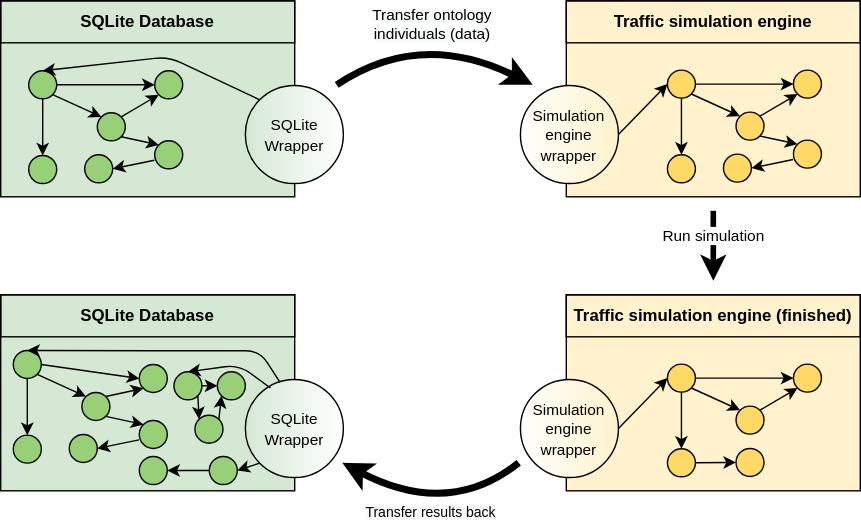
Earlier version of the draw.io export docs/_static/wrappers.svg (simphony/docs). Source tidied: cells renumbered, new cells last; positions are measured from the earlier drawing's top-left corner, leaving out a move shared by most shapes.
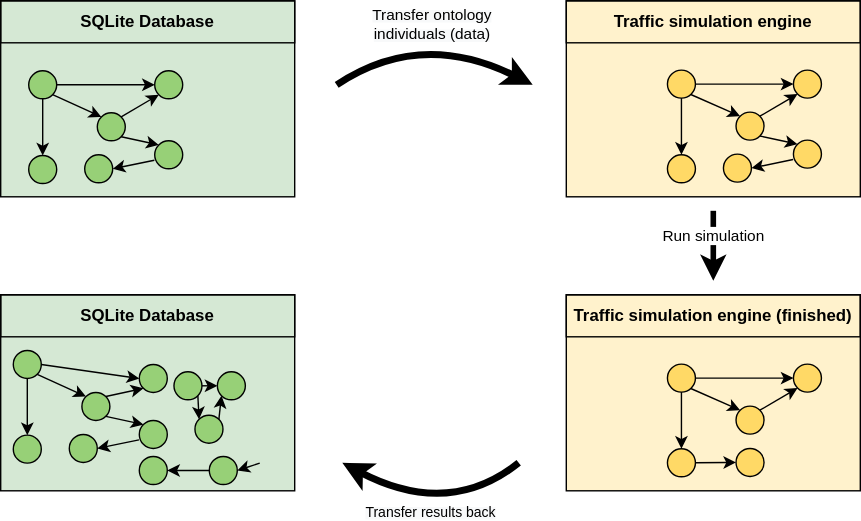
The same file after the commit.

Change to the diagram source:
```diff
@@ -11,18 +11,12 @@
     <mxCell id="4" style="ellipse;whiteSpace=wrap;html=1;fillColor=#97D077;" parent="1" vertex="1">
       <mxGeometry x="20" y="50" width="20" height="20" as="geometry" />
     </mxCell>
-    <mxCell id="5" value="&lt;font style=&quot;font-size: 11px&quot;&gt;Simulation engine wrapper&lt;/font&gt;" style="ellipse;whiteSpace=wrap;html=1;fillColor=#fff2cc;gradientColor=#ffffff;gradientDirection=west;" parent="1" vertex="1">
-      <mxGeometry x="371.2" y="60.5" width="70" height="70" as="geometry" />
-    </mxCell>
     <mxCell id="6" value="SQLite Database" style="text;html=1;align=center;verticalAlign=middle;whiteSpace=wrap;rounded=0;labelBackgroundColor=none;fontStyle=1;strokeColor=#000000;" parent="1" vertex="1">
       <mxGeometry width="210" height="30" as="geometry" />
     </mxCell>
     <mxCell id="7" value="Traffic simulation engine" style="text;html=1;align=center;verticalAlign=middle;whiteSpace=wrap;rounded=0;labelBackgroundColor=none;fontStyle=1;strokeColor=#000000;" parent="1" vertex="1">
       <mxGeometry x="404" width="210" height="30" as="geometry" />
     </mxCell>
-    <mxCell id="8" value="&lt;font style=&quot;font-size: 11px&quot;&gt;SQLite Wrapper&lt;/font&gt;" style="ellipse;whiteSpace=wrap;html=1;gradientDirection=west;gradientColor=#D5E8D4;fillColor=#FFFFFF;" parent="1" vertex="1">
-      <mxGeometry x="174.8" y="60.5" width="70" height="70" as="geometry" />
-    </mxCell>
     <mxCell id="9" style="ellipse;whiteSpace=wrap;html=1;fillColor=#97D077;" parent="1" vertex="1">
       <mxGeometry x="110" y="50" width="20" height="20" as="geometry" />
     </mxCell>
@@ -53,13 +47,6 @@
     <mxCell id="18" style="endArrow=classic;html=1;fontSize=6;exitX=0.5;exitY=1;exitDx=0;exitDy=0;entryX=0.5;entryY=0;entryDx=0;entryDy=0;" parent="1" edge="1" source="4" target="13">
       <mxGeometry relative="1" as="geometry" />
     </mxCell>
-    <mxCell id="19" style="endArrow=classic;html=1;fontSize=6;entryX=0.5;entryY=0;entryDx=0;entryDy=0;exitX=0;exitY=0;exitDx=0;exitDy=0;" parent="1" edge="1" source="8" target="4">
-      <mxGeometry relative="1" as="geometry">
-        <Array as="points">
-          <mxPoint x="120" y="40" />
-        </Array>
-      </mxGeometry>
-    </mxCell>
     <mxCell id="20" style="endArrow=classic;html=1;fontSize=6;entryX=1;entryY=0.5;entryDx=0;entryDy=0;exitX=-0.012;exitY=0.693;exitDx=0;exitDy=0;exitPerimeter=0;" parent="1" edge="1" source="11" target="10">
       <mxGeometry relative="1" as="geometry" />
     </mxCell>
@@ -122,9 +109,6 @@
     <mxCell id="37" value="SQLite Database" style="text;html=1;align=center;verticalAlign=middle;whiteSpace=wrap;rounded=0;labelBackgroundColor=none;fontStyle=1;strokeColor=#000000;" parent="1" vertex="1">
       <mxGeometry y="210" width="210" height="30" as="geometry" />
     </mxCell>
-    <mxCell id="38" value="&lt;font style=&quot;font-size: 11px&quot;&gt;SQLite Wrapper&lt;/font&gt;" style="ellipse;whiteSpace=wrap;html=1;gradientDirection=west;gradientColor=#D5E8D4;fillColor=#FFFFFF;" parent="1" vertex="1">
-      <mxGeometry x="174.8" y="270.5" width="70" height="70" as="geometry" />
-    </mxCell>
     <mxCell id="39" style="ellipse;whiteSpace=wrap;html=1;fillColor=#97D077;" parent="1" vertex="1">
       <mxGeometry x="99" y="259.8" width="20" height="20" as="geometry" />
     </mxCell>
@@ -155,14 +139,6 @@
     <mxCell id="48" style="endArrow=classic;html=1;fontSize=6;exitX=0.5;exitY=1;exitDx=0;exitDy=0;entryX=0.5;entryY=0;entryDx=0;entryDy=0;" parent="1" edge="1" source="36" target="43">
       <mxGeometry relative="1" as="geometry" />
     </mxCell>
-    <mxCell id="49" style="endArrow=classic;html=1;fontSize=6;entryX=0.5;entryY=0;entryDx=0;entryDy=0;exitX=0.354;exitY=0.03;exitDx=0;exitDy=0;exitPerimeter=0;" parent="1" edge="1" source="38" target="36">
-      <mxGeometry relative="1" as="geometry">
-        <Array as="points">
-          <mxPoint x="185" y="250" />
-          <mxPoint x="120" y="250" />
-        </Array>
-      </mxGeometry>
-    </mxCell>
     <mxCell id="50" style="endArrow=classic;html=1;fontSize=6;entryX=1;entryY=0.5;entryDx=0;entryDy=0;exitX=-0.012;exitY=0.693;exitDx=0;exitDy=0;exitPerimeter=0;" parent="1" edge="1" source="41" target="40">
       <mxGeometry relative="1" as="geometry" />
     </mxCell>
@@ -207,25 +183,14 @@
     <mxCell id="61" style="endArrow=classic;html=1;fontSize=6;entryX=1;entryY=0.5;entryDx=0;entryDy=0;exitX=0;exitY=0.5;exitDx=0;exitDy=0;" parent="1" edge="1" source="56" target="55">
       <mxGeometry relative="1" as="geometry" />
     </mxCell>
-    <mxCell id="62" style="endArrow=classic;html=1;exitX=1;exitY=0.5;exitDx=0;exitDy=0;entryX=0;entryY=0.5;entryDx=0;entryDy=0;" parent="1" edge="1" source="5" target="21">
-      <mxGeometry relative="1" as="geometry" />
-    </mxCell>
-    <mxCell id="63" style="endArrow=classic;html=1;exitX=0;exitY=1;exitDx=0;exitDy=0;entryX=1;entryY=0.5;entryDx=0;entryDy=0;" parent="1" edge="1" source="38" target="56">
-      <mxGeometry relative="1" as="geometry" />
+    <mxCell id="63" style="endArrow=classic;html=1;exitX=0;exitY=1;exitDx=0;exitDy=0;entryX=1;entryY=0.5;entryDx=0;entryDy=0;" parent="1" edge="1" target="56">
+      <mxGeometry relative="1" as="geometry">
+        <mxPoint x="185" y="330.2" as="sourcePoint" />
+      </mxGeometry>
     </mxCell>
-    <mxCell id="64" style="endArrow=classic;html=1;exitX=0.256;exitY=0.087;exitDx=0;exitDy=0;entryX=0.5;entryY=0;entryDx=0;entryDy=0;exitPerimeter=0;" parent="1" edge="1" source="38" target="53">
-      <mxGeometry relative="1" as="geometry">
-        <Array as="points">
-          <mxPoint x="170" y="260" />
-        </Array>
-      </mxGeometry>
-    </mxCell>
     <mxCell id="65" style="rounded=0;whiteSpace=wrap;html=1;fillColor=#fff2cc;" parent="1" vertex="1">
       <mxGeometry x="404" y="210" width="210" height="140" as="geometry" />
     </mxCell>
-    <mxCell id="66" value="&lt;font style=&quot;font-size: 11px&quot;&gt;Simulation engine wrapper&lt;/font&gt;" style="ellipse;whiteSpace=wrap;html=1;fillColor=#fff2cc;gradientColor=#ffffff;gradientDirection=west;" parent="1" vertex="1">
-      <mxGeometry x="371.2" y="270.5" width="70" height="70" as="geometry" />
-    </mxCell>
     <mxCell id="67" value="Traffic simulation engine (finished)" style="text;html=1;align=center;verticalAlign=middle;whiteSpace=wrap;rounded=0;labelBackgroundColor=none;fontStyle=1;strokeColor=#000000;" parent="1" vertex="1">
       <mxGeometry x="404" y="210" width="210" height="30" as="geometry" />
     </mxCell>
@@ -259,9 +224,6 @@
     <mxCell id="77" style="endArrow=classic;html=1;fontSize=6;exitX=1;exitY=0.5;exitDx=0;exitDy=0;entryX=0;entryY=0.5;entryDx=0;entryDy=0;" parent="1" edge="1" source="72" target="70">
       <mxGeometry relative="1" as="geometry" />
     </mxCell>
-    <mxCell id="78" style="endArrow=classic;html=1;exitX=1;exitY=0.5;exitDx=0;exitDy=0;entryX=0;entryY=0.5;entryDx=0;entryDy=0;" parent="1" edge="1" source="66" target="68">
-      <mxGeometry relative="1" as="geometry" />
-    </mxCell>
     <mxCell id="79" value="Run simulation" style="endArrow=classic;html=1;strokeWidth=4;spacingTop=-14;" parent="1" edge="1">
       <mxGeometry relative="1" as="geometry">
         <mxPoint x="509" y="150" as="sourcePoint" />
```
